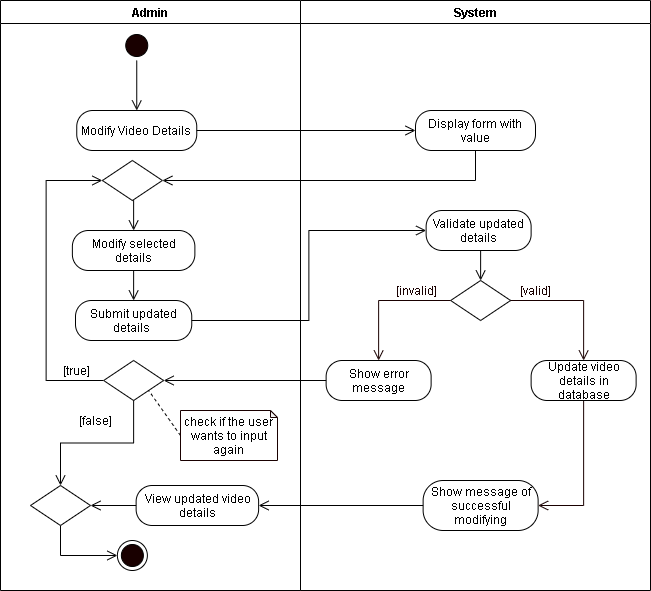
The draw.io diagram REVISIONS/UML-DIAGRAMS/6-9-2021/ACTIVITY DIAGRAM/9-Modify Video Details.png in mrklglsn/CAPSTONE-FILES, before a commit. Source tidied: cells renumbered, new cells last; positions are measured from the earlier drawing's top-left corner, leaving out a move shared by most shapes.
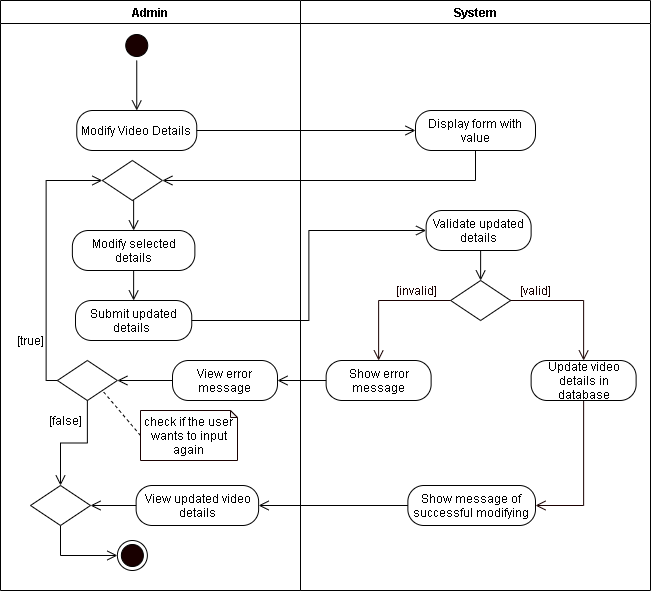
The same file after the commit.

Diff of the diagram source:
```diff
@@ -49,7 +49,7 @@
       </mxGeometry>
     </mxCell>
     <mxCell id="15" style="rhombus;whiteSpace=wrap;html=1;" parent="2" vertex="1">
-      <mxGeometry x="103.1" y="360" width="60" height="40" as="geometry" />
+      <mxGeometry x="56.9" y="360" width="60" height="40" as="geometry" />
     </mxCell>
     <mxCell id="16" style="edgeStyle=orthogonalEdgeStyle;rounded=0;jettySize=auto;html=1;exitX=0.5;exitY=1;exitDx=0;exitDy=0;entryX=0;entryY=0.5;entryDx=0;entryDy=0;endArrow=open;endFill=0;endSize=8;" parent="2" edge="1" source="17" target="13">
       <mxGeometry relative="1" as="geometry" />
@@ -64,11 +64,20 @@
       <mxGeometry relative="1" as="geometry" />
     </mxCell>
     <mxCell id="20" value="check if the user wants to input again" style="shape=note;whiteSpace=wrap;html=1;backgroundOutline=1;darkOpacity=0.05;strokeColor=#190000;size=7;" parent="2" vertex="1">
-      <mxGeometry x="180" y="410" width="97" height="50" as="geometry" />
+      <mxGeometry x="140" y="410" width="97" height="50" as="geometry" />
     </mxCell>
     <mxCell id="21" value="[false]" style="text;html=1;align=center;verticalAlign=middle;strokeColor=none;" parent="2" vertex="1">
-      <mxGeometry x="70" y="410" width="50" height="20" as="geometry" />
+      <mxGeometry x="40" y="410" width="50" height="20" as="geometry" />
     </mxCell>
+    <mxCell id="41" style="edgeStyle=orthogonalEdgeStyle;rounded=0;jettySize=auto;html=1;exitX=0;exitY=0.5;exitDx=0;exitDy=0;endArrow=open;endFill=0;endSize=8;" parent="2" edge="1" source="42" target="15">
+      <mxGeometry relative="1" as="geometry" />
+    </mxCell>
+    <mxCell id="42" value="View error message" style="rounded=1;whiteSpace=wrap;html=1;arcSize=40;" parent="2" vertex="1">
+      <mxGeometry x="172" y="360" width="105" height="40" as="geometry" />
+    </mxCell>
+    <mxCell id="40" value="[true]" style="text;html=1;align=center;verticalAlign=middle;strokeColor=none;" parent="2" vertex="1">
+      <mxGeometry x="10" y="330" width="40" height="20" as="geometry" />
+    </mxCell>
     <mxCell id="22" value="System" style="swimlane;" parent="1" vertex="1">
       <mxGeometry x="300" width="350" height="590" as="geometry" />
     </mxCell>
@@ -103,7 +112,7 @@
       <mxGeometry relative="1" as="geometry" />
     </mxCell>
     <mxCell id="33" value="Show message of successful modifying" style="rounded=1;whiteSpace=wrap;html=1;arcSize=40;" parent="22" vertex="1">
-      <mxGeometry x="122.6" y="480" width="115" height="50" as="geometry" />
+      <mxGeometry x="107.4" y="485" width="127.6" height="40" as="geometry" />
     </mxCell>
     <mxCell id="34" value="Display form with value" style="rounded=1;whiteSpace=wrap;html=1;arcSize=40;" parent="22" vertex="1">
       <mxGeometry x="115" y="110" width="120" height="40" as="geometry" />
@@ -120,11 +129,8 @@
     <mxCell id="38" style="edgeStyle=orthogonalEdgeStyle;rounded=0;jettySize=auto;html=1;exitX=0;exitY=0.5;exitDx=0;exitDy=0;endArrow=open;endFill=0;endSize=8;entryX=1;entryY=0.5;entryDx=0;entryDy=0;" parent="1" edge="1" source="33" target="12">
       <mxGeometry relative="1" as="geometry" />
     </mxCell>
-    <mxCell id="39" style="edgeStyle=orthogonalEdgeStyle;rounded=0;jettySize=auto;html=1;exitX=0;exitY=0.5;exitDx=0;exitDy=0;endArrow=open;endFill=0;endSize=8;entryX=1;entryY=0.5;entryDx=0;entryDy=0;" parent="1" edge="1" source="28" target="15">
-      <mxGeometry relative="1" as="geometry" />
-    </mxCell>
-    <mxCell id="40" value="[true]" style="text;html=1;align=center;verticalAlign=middle;strokeColor=none;" parent="1" vertex="1">
-      <mxGeometry x="55.6" y="360" width="40" height="20" as="geometry" />
-    </mxCell>
+    <mxCell id="43" style="edgeStyle=orthogonalEdgeStyle;rounded=0;jettySize=auto;html=1;exitX=0;exitY=0.5;exitDx=0;exitDy=0;endArrow=open;endFill=0;endSize=8;" parent="1" edge="1" source="28" target="42">
+      <mxGeometry relative="1" as="geometry" />
+    </mxCell>
   </root>
 </mxGraphModel>
```
